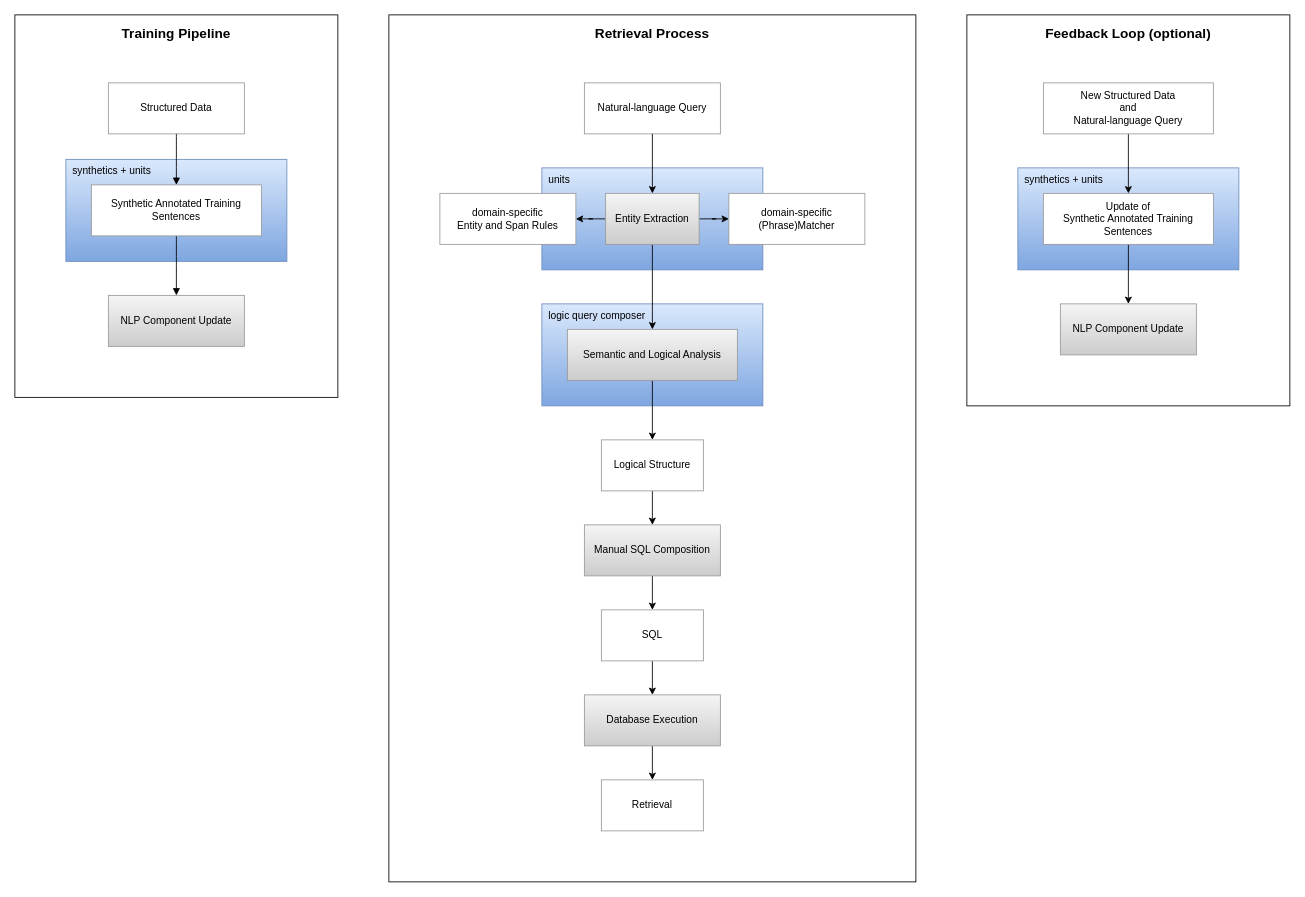
Before: assets/retrieval-process.drawio in seanox/seanox-ai-nlp, a draw.io diagram. Source tidied: cells renumbered, new cells numbered last; positions are measured from the earlier drawing's top-left corner, leaving out a move shared by most shapes. Both pictures are drawn from the tidied source at 85%, with x=0, y=0 at pixel (14, 14).
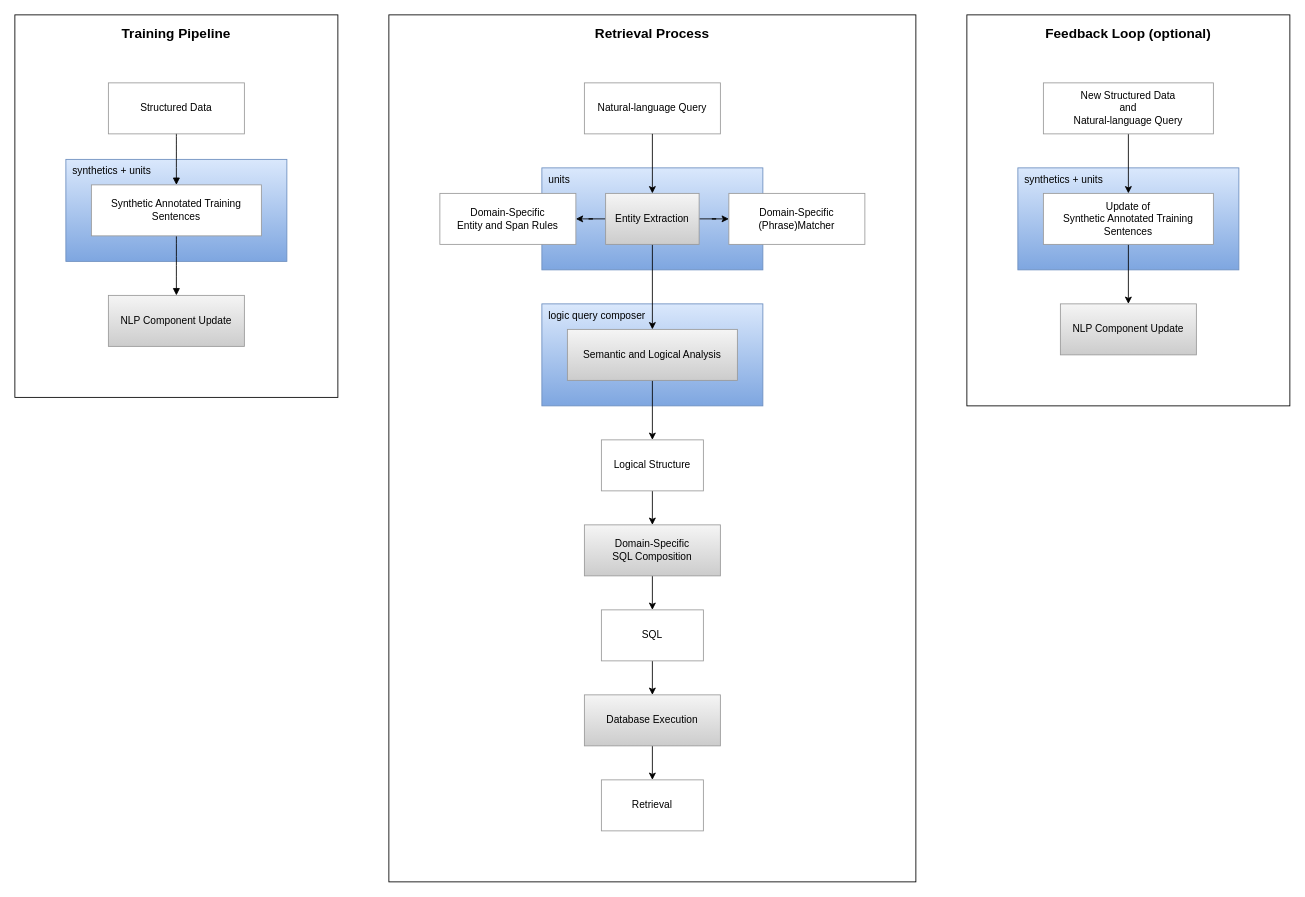
Above is the later version.

What changed in the source:
```diff
@@
-    <mxCell id="9" value="Manual SQL Composition" style="whiteSpace=wrap;strokeWidth=1;fillColor=#f5f5f5;gradientColor=#CCCCCC;strokeColor=#999999;" parent="1" vertex="1">
+    <mxCell id="9" value="Domain-Specific &#10;SQL Composition" style="whiteSpace=wrap;strokeWidth=1;fillColor=#f5f5f5;gradientColor=#CCCCCC;strokeColor=#999999;" parent="1" vertex="1">
       <mxGeometry x="670" y="600" width="160" height="60" as="geometry" />
     </mxCell>
@@
-    <mxCell id="36" value="domain-specific&#10;Entity and Span Rules" style="whiteSpace=wrap;strokeWidth=1;strokeColor=#999999;" parent="1" vertex="1">
+    <mxCell id="36" value="Domain-Specific &#10;Entity and Span Rules" style="whiteSpace=wrap;strokeWidth=1;strokeColor=#999999;" parent="1" vertex="1">
       <mxGeometry x="500" y="210" width="160" height="60" as="geometry" />
     </mxCell>
-    <mxCell id="37" value="domain-specific&#10;(Phrase)Matcher" style="whiteSpace=wrap;strokeWidth=1;strokeColor=#999999;" parent="1" vertex="1">
+    <mxCell id="37" value="Domain-Specific &#10;(Phrase)Matcher" style="whiteSpace=wrap;strokeWidth=1;strokeColor=#999999;" parent="1" vertex="1">
       <mxGeometry x="840" y="210" width="160" height="60" as="geometry" />
     </mxCell>
```
